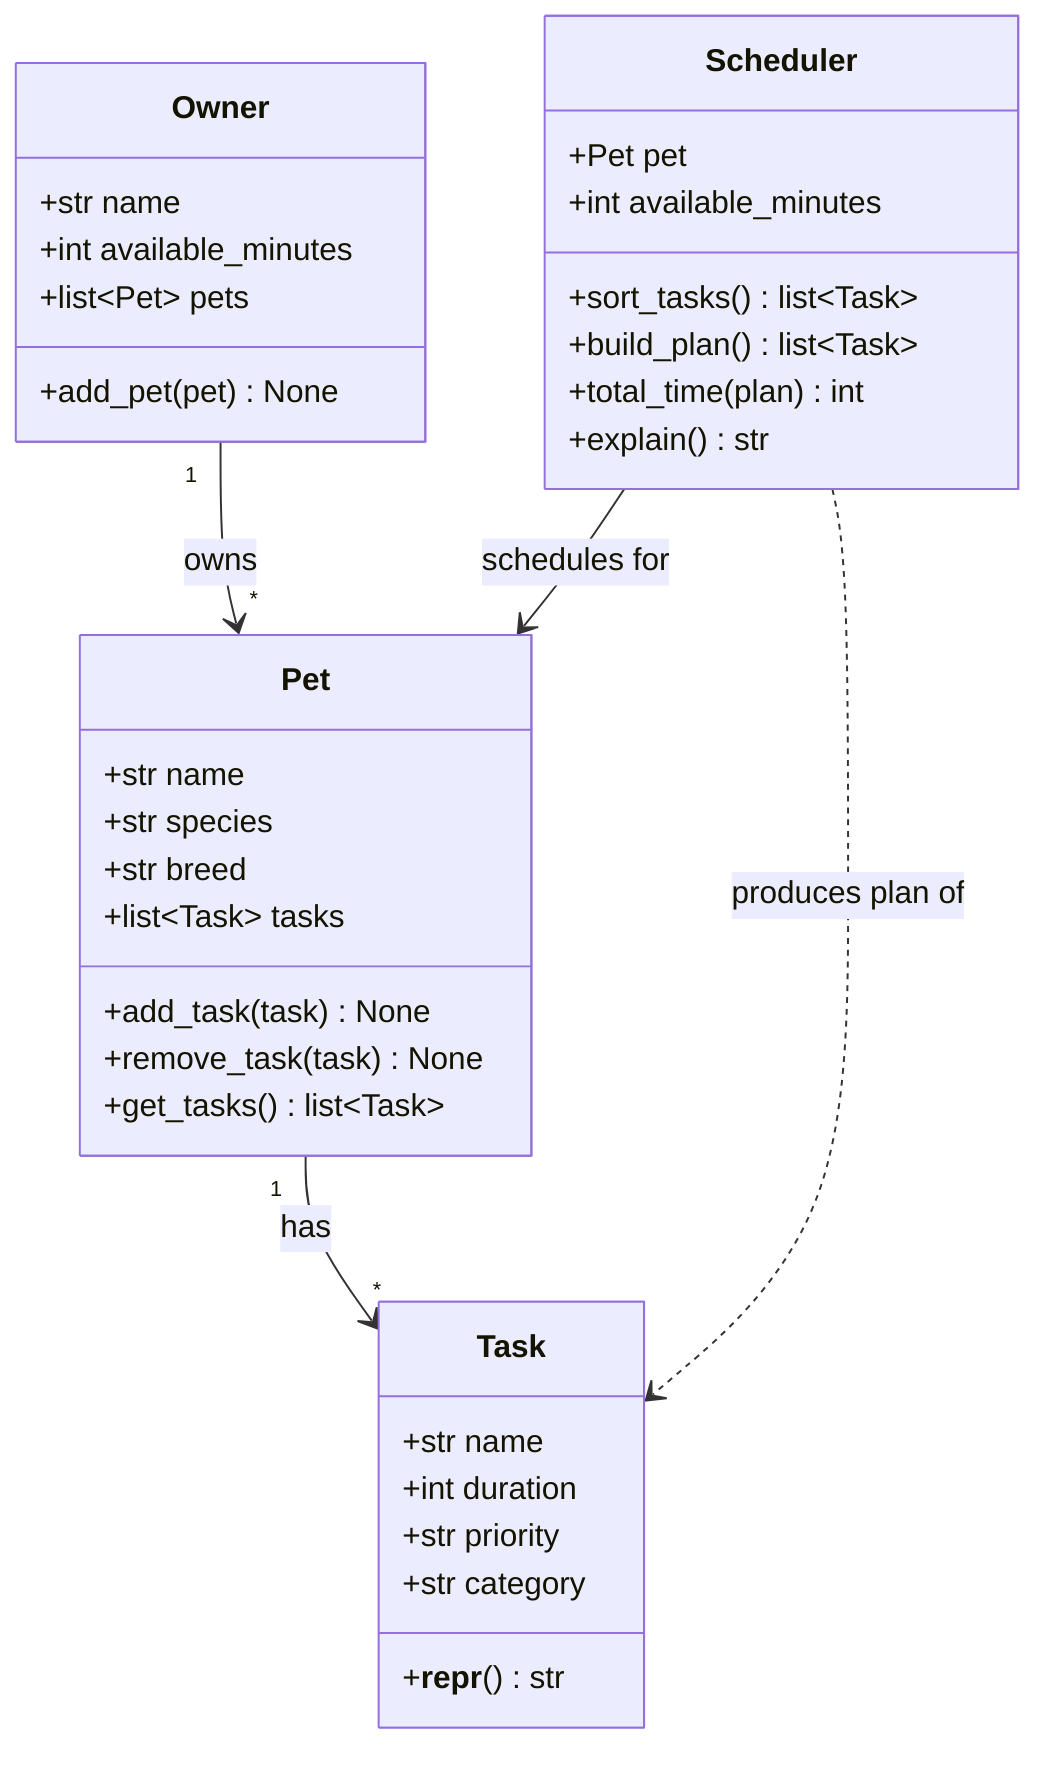
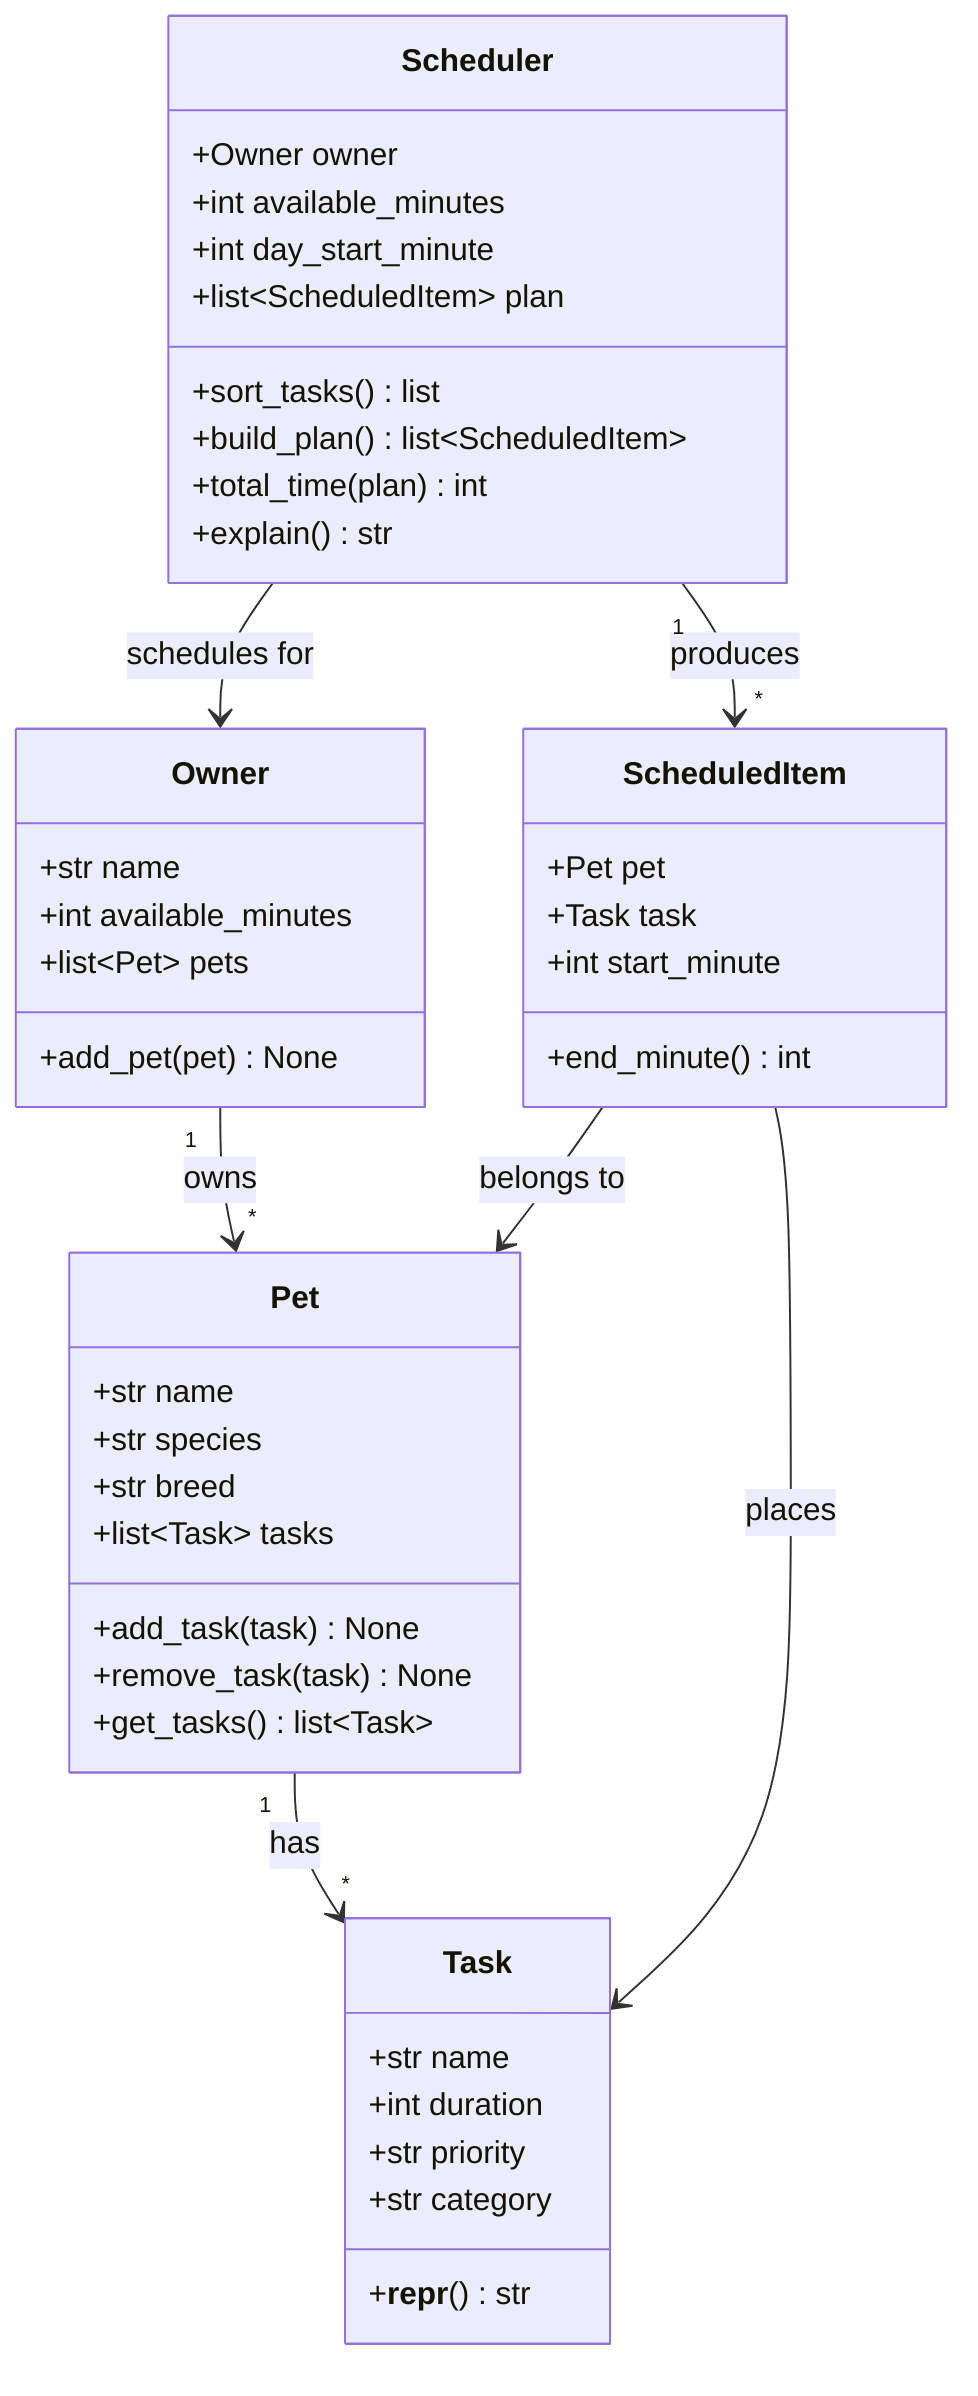
classDiagram
    %% PawPal+ class design — basic core functionality

    class Owner {
        +str name
        +int available_minutes
        +list~Pet~ pets
        +add_pet(pet) None
    }

    class Pet {
        +str name
        +str species
        +str breed
        +list~Task~ tasks
        +add_task(task) None
        +remove_task(task) None
        +get_tasks() list~Task~
    }

    class Task {
        +str name
        +int duration
        +str priority
        +str category
        +__repr__() str
    }

+     class ScheduledItem {
+         +Pet pet
+         +Task task
+         +int start_minute
+         +end_minute() int
+     }
+ 
    class Scheduler {
-         +Pet pet
+         +Owner owner
        +int available_minutes
-         +sort_tasks() list~Task~
-         +build_plan() list~Task~
+         +int day_start_minute
+         +list~ScheduledItem~ plan
+         +sort_tasks() list
+         +build_plan() list~ScheduledItem~
        +total_time(plan) int
        +explain() str
    }

    Owner "1" --> "*" Pet : owns
    Pet "1" --> "*" Task : has
-     Scheduler --> Pet : schedules for
-     Scheduler ..> Task : produces plan of
+     Scheduler --> Owner : schedules for
+     Scheduler "1" --> "*" ScheduledItem : produces
+     ScheduledItem --> Task : places
+     ScheduledItem --> Pet : belongs to
